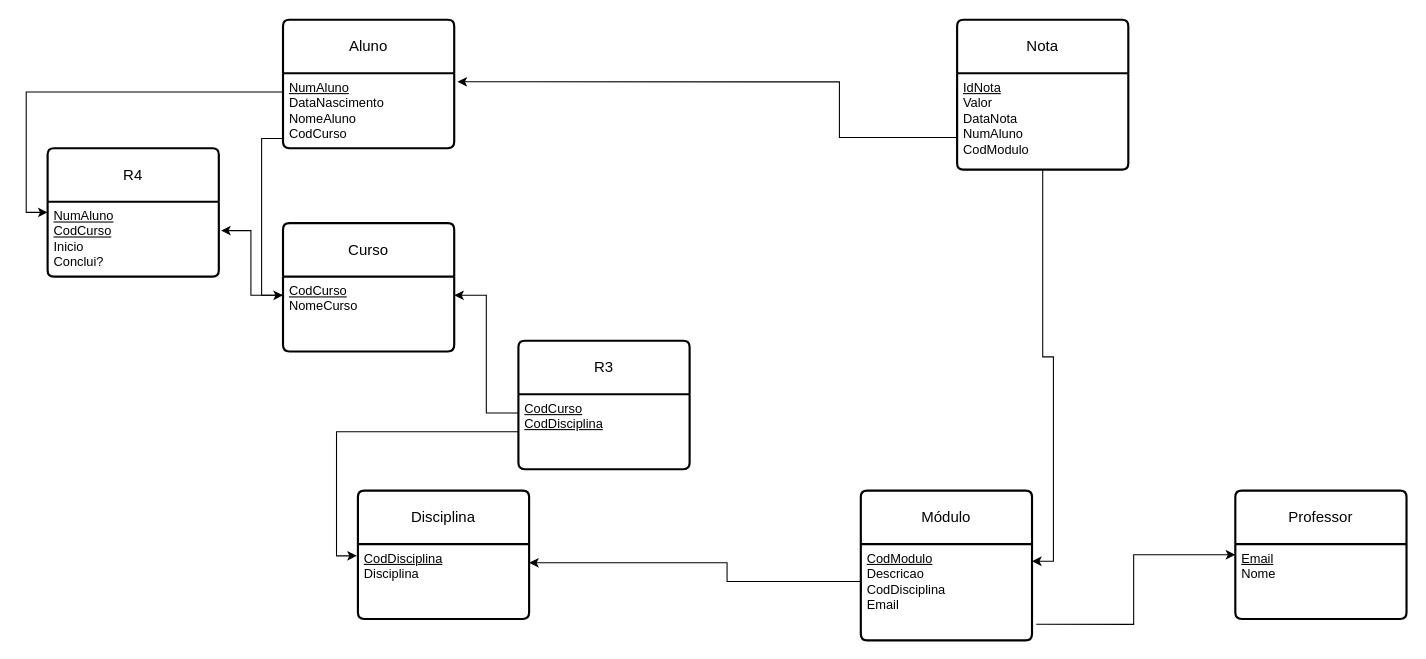
This is notas.drawio from RubenA2109/diagramas, a draw.io file, before an edit. Source tidied: cells renumbered, new cells numbered last; positions are measured from the earlier drawing's top-left corner, leaving out a move shared by most shapes. Both pictures are drawn from the tidied source at 107%, with x=0, y=0 at pixel (47, 19).
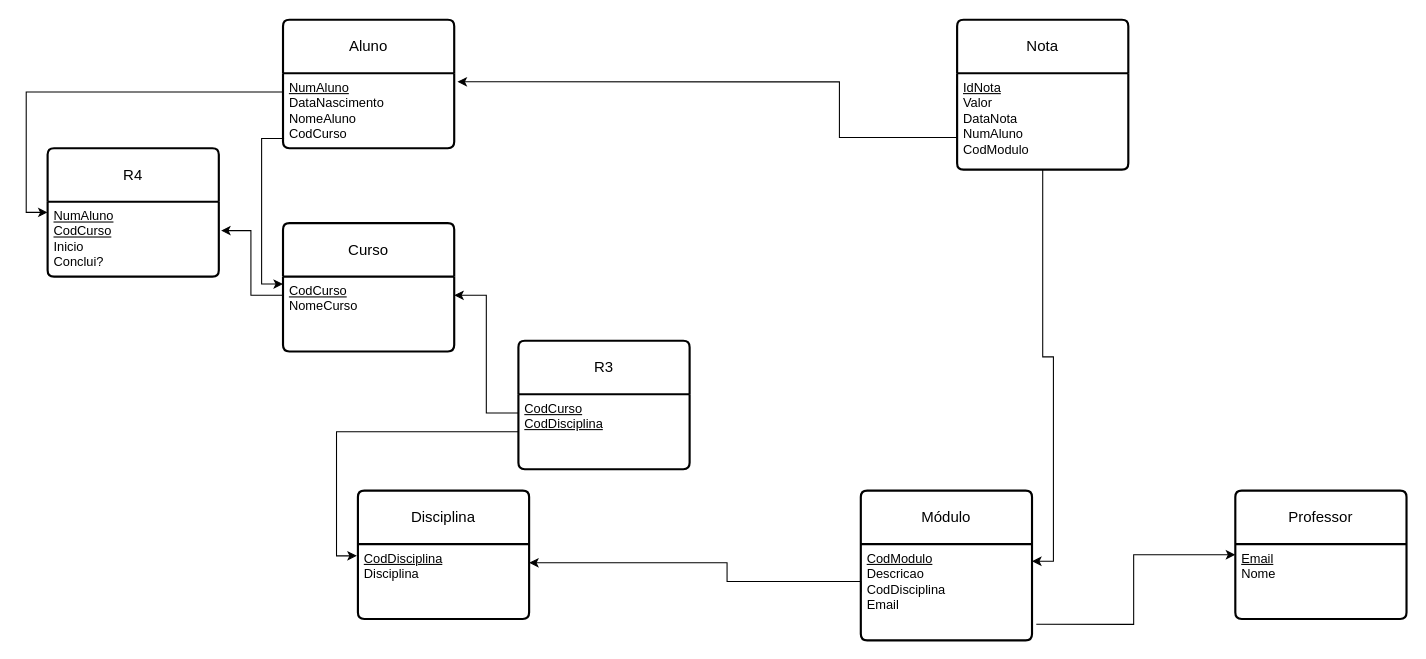
Above is the later version.

The change refers to these unchanged cells:
```xml
<mxCell id="5" value="&lt;u&gt;NumAluno&lt;/u&gt;&lt;br&gt;&lt;div&gt;DataNascimento&lt;/div&gt;&lt;div&gt;NomeAluno&lt;/div&gt;&lt;div&gt;CodCurso&lt;/div&gt;" style="align=left;strokeColor=none;fillColor=none;spacingLeft=4;spacingRight=4;fontSize=12;verticalAlign=top;html=1;whiteSpace=wrap;" parent="4" vertex="1">
  <mxGeometry y="50" width="160" height="70" as="geometry" />
</mxCell>
<mxCell id="8" value="&lt;div&gt;&lt;u&gt;CodCurso&lt;/u&gt;&lt;/div&gt;&lt;div&gt;NomeCurso&lt;/div&gt;" style="align=left;strokeColor=none;fillColor=none;spacingLeft=4;spacingRight=4;fontSize=12;verticalAlign=top;html=1;whiteSpace=wrap;" parent="7" vertex="1">
  <mxGeometry y="50" width="160" height="70" as="geometry" />
</mxCell>
```

Change to the diagram source:
```diff
@@
-    <mxCell id="23" style="edgeStyle=orthogonalEdgeStyle;rounded=0;jettySize=auto;html=1;entryX=0;entryY=0.25;entryDx=0;entryDy=0;exitX=0.006;exitY=0.871;exitDx=0;exitDy=0;exitPerimeter=0;" parent="1" edge="1" source="5" target="8">
+    <mxCell id="23" style="edgeStyle=orthogonalEdgeStyle;rounded=0;jettySize=auto;html=1;entryX=0;entryY=0.1;entryDx=0;entryDy=0;exitX=0.006;exitY=0.871;exitDx=0;exitDy=0;exitPerimeter=0;entryPerimeter=0;" parent="1" edge="1" source="5" target="8">
       <mxGeometry relative="1" as="geometry" />
     </mxCell>
```
